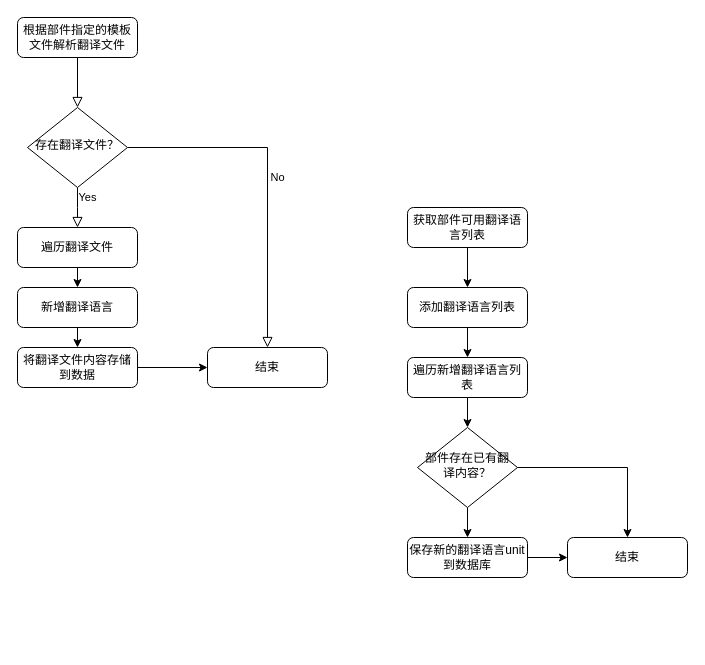
The draw.io diagram weblate/组件导入自动增加翻译语言.drawio in weijiang1994/draw-io, before the edit. Source tidied: cells renumbered, new cells numbered last; positions are measured from the earlier drawing's top-left corner, leaving out a move shared by most shapes. Both pictures are drawn from the tidied source at 100%, with x=0, y=0 at pixel (17, 17).
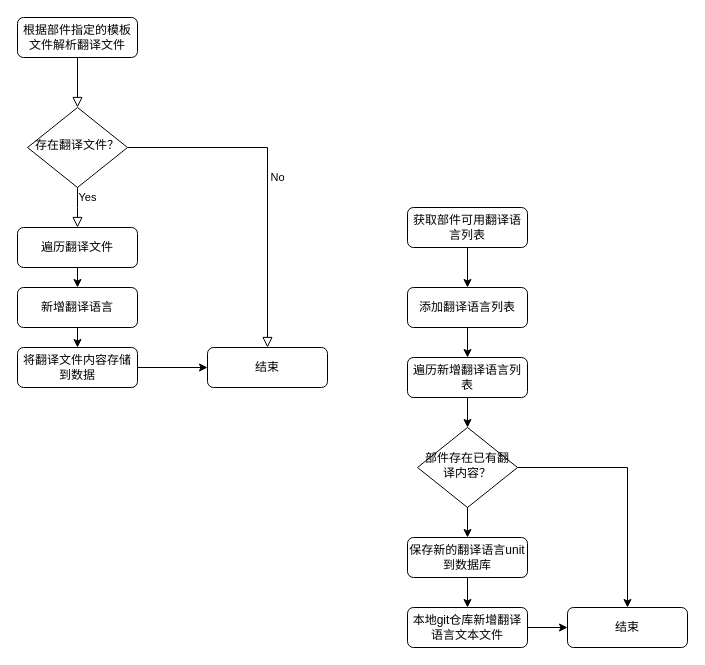
After the change.

Commit message (it also covers changes not shown here):
更新组件导入自动增加翻译语言.drawio

Unchanged cells that the change refers to:
```xml
<mxCell id="24" value="保存新的翻译语言unit到数据库" style="rounded=1;whiteSpace=wrap;html=1;fontSize=12;glass=0;strokeWidth=1;shadow=0;" parent="1" vertex="1">
  <mxGeometry x="390" y="520" width="120" height="40" as="geometry" />
</mxCell>
```

Change to the diagram source:
```diff
@@
-    <mxCell id="23" style="edgeStyle=orthogonalEdgeStyle;rounded=0;jettySize=auto;html=1;exitX=1;exitY=0.5;exitDx=0;exitDy=0;entryX=0;entryY=0.5;entryDx=0;entryDy=0;" parent="1" edge="1" source="24" target="25">
-      <mxGeometry relative="1" as="geometry" />
-    </mxCell>
+    <mxCell id="26" style="edgeStyle=orthogonalEdgeStyle;rounded=0;jettySize=auto;html=1;exitX=0.5;exitY=1;exitDx=0;exitDy=0;" parent="1" edge="1" source="24" target="28">
+      <mxGeometry relative="1" as="geometry" />
+    </mxCell>
@@
     <mxCell id="25" value="结束" style="rounded=1;whiteSpace=wrap;html=1;fontSize=12;glass=0;strokeWidth=1;shadow=0;" parent="1" vertex="1">
-      <mxGeometry x="550" y="520" width="120" height="40" as="geometry" />
+      <mxGeometry x="550" y="590" width="120" height="40" as="geometry" />
     </mxCell>
+    <mxCell id="27" style="edgeStyle=orthogonalEdgeStyle;rounded=0;jettySize=auto;html=1;exitX=1;exitY=0.5;exitDx=0;exitDy=0;entryX=0;entryY=0.5;entryDx=0;entryDy=0;" parent="1" edge="1" source="28" target="25">
+      <mxGeometry relative="1" as="geometry" />
+    </mxCell>
+    <mxCell id="28" value="本地git仓库新增翻译语言文本文件" style="rounded=1;whiteSpace=wrap;html=1;fontSize=12;glass=0;strokeWidth=1;shadow=0;" parent="1" vertex="1">
+      <mxGeometry x="390" y="590" width="120" height="40" as="geometry" />
+    </mxCell>
```
